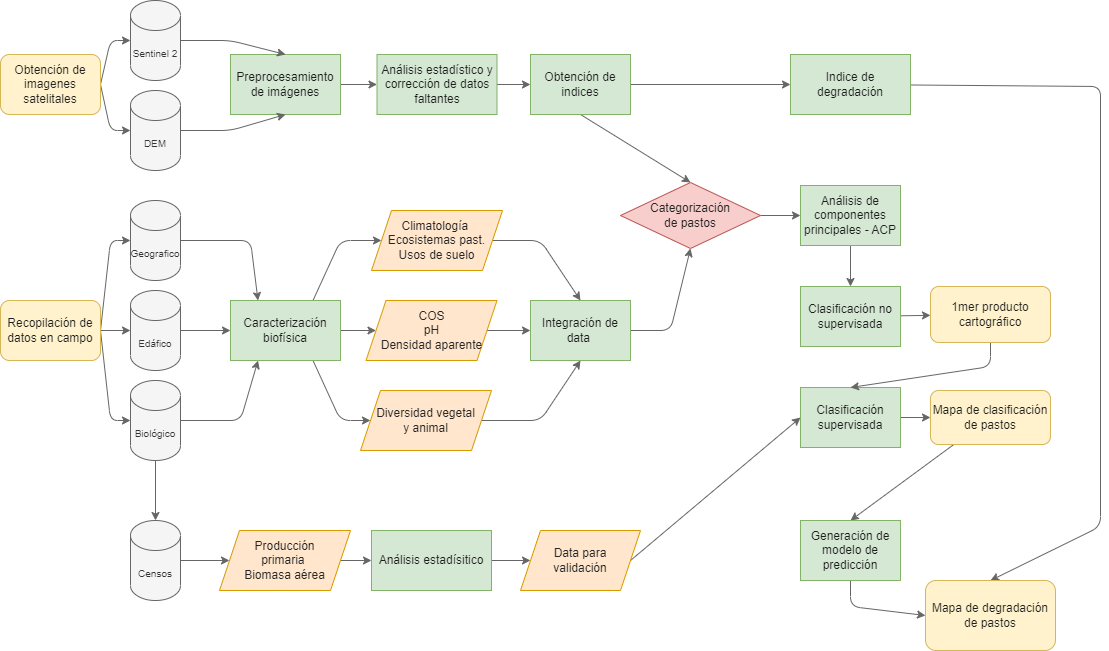
labsaf/COS-HUARI keeps this draw.io diagram as Metodologia2.drawio.png. Above is the earlier version. Source tidied: cells renumbered, new cells last; positions are measured from the earlier drawing's top-left corner, leaving out a move shared by most shapes.
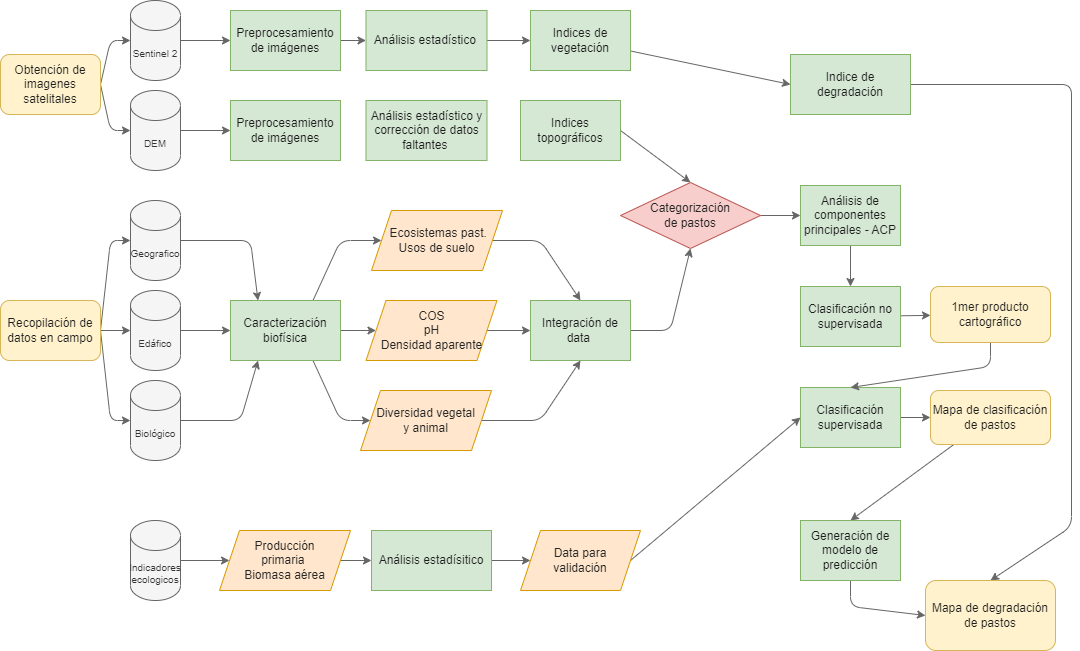
The same diagram one commit later.

Diff of the diagram source:
```diff
@@ -55,9 +55,6 @@
     <mxCell id="12" value="Edáfico" style="shape=cylinder3;whiteSpace=wrap;html=1;boundedLbl=1;backgroundOutline=1;size=15;fontSize=10;fillColor=#f5f5f5;strokeColor=#666666;fontColor=#333333;" parent="1" vertex="1">
       <mxGeometry x="130" y="290" width="50" height="80" as="geometry" />
     </mxCell>
-    <mxCell id="13" style="edgeStyle=none;html=1;labelBorderColor=default;fillColor=#f5f5f5;strokeColor=#666666;" parent="1" edge="1" source="15" target="23">
-      <mxGeometry relative="1" as="geometry" />
-    </mxCell>
     <mxCell id="14" style="edgeStyle=none;html=1;entryX=0.25;entryY=1;entryDx=0;entryDy=0;fontSize=12;labelBorderColor=default;fillColor=#f5f5f5;strokeColor=#666666;" parent="1" edge="1" source="15" target="42">
       <mxGeometry relative="1" as="geometry">
         <Array as="points">
@@ -72,10 +69,11 @@
       <mxGeometry relative="1" as="geometry" />
     </mxCell>
     <mxCell id="17" value="Preprocesamiento de imágenes" style="rounded=0;whiteSpace=wrap;html=1;fillColor=#d5e8d4;strokeColor=#82b366;fontColor=#1C1C1C;" parent="1" vertex="1">
-      <mxGeometry x="230" y="54" width="110" height="60" as="geometry" />
+      <mxGeometry x="230" y="10" width="110" height="60" as="geometry" />
     </mxCell>
-    <mxCell id="18" style="edgeStyle=none;html=1;entryX=0.5;entryY=0;entryDx=0;entryDy=0;labelBorderColor=default;fillColor=#f5f5f5;strokeColor=#666666;" parent="1" edge="1" source="19" target="17">
+    <mxCell id="18" style="edgeStyle=none;html=1;labelBorderColor=default;fillColor=#f5f5f5;strokeColor=#666666;" parent="1" edge="1" source="19">
       <mxGeometry relative="1" as="geometry">
+        <mxPoint x="230" y="40" as="targetPoint" />
         <Array as="points">
           <mxPoint x="230" y="40" />
         </Array>
@@ -84,20 +82,16 @@
     <mxCell id="19" value="Sentinel 2" style="shape=cylinder3;whiteSpace=wrap;html=1;boundedLbl=1;backgroundOutline=1;size=15;fontSize=10;fillColor=#f5f5f5;fontColor=#333333;strokeColor=#666666;" parent="1" vertex="1">
       <mxGeometry x="130" width="50" height="80" as="geometry" />
     </mxCell>
-    <mxCell id="20" style="edgeStyle=none;html=1;entryX=0.5;entryY=1;entryDx=0;entryDy=0;labelBorderColor=default;fillColor=#f5f5f5;strokeColor=#666666;" parent="1" edge="1" source="21" target="17">
-      <mxGeometry relative="1" as="geometry">
-        <Array as="points">
-          <mxPoint x="230" y="130" />
-        </Array>
-      </mxGeometry>
-    </mxCell>
+    <mxCell id="64" style="edgeStyle=none;hachureGap=4;html=1;exitX=1;exitY=0.5;exitDx=0;exitDy=0;exitPerimeter=0;entryX=0;entryY=0.5;entryDx=0;entryDy=0;fontFamily=Helvetica;fontSource=https%3A%2F%2Ffonts.googleapis.com%2Fcss%3Ffamily%3DArchitects%2BDaughter;fontSize=11;strokeColor=#666666;labelBorderColor=default;fillColor=#f5f5f5;" parent="1" edge="1" source="21" target="65">
+      <mxGeometry relative="1" as="geometry" />
+    </mxCell>
     <mxCell id="21" value="DEM" style="shape=cylinder3;whiteSpace=wrap;html=1;boundedLbl=1;backgroundOutline=1;size=15;fontSize=10;fillColor=#f5f5f5;fontColor=#333333;strokeColor=#666666;" parent="1" vertex="1">
       <mxGeometry x="130" y="90" width="50" height="80" as="geometry" />
     </mxCell>
     <mxCell id="22" style="edgeStyle=none;html=1;labelBorderColor=default;fillColor=#f5f5f5;strokeColor=#666666;" parent="1" edge="1" source="23" target="25">
       <mxGeometry relative="1" as="geometry" />
     </mxCell>
-    <mxCell id="23" value="Censos" style="shape=cylinder3;whiteSpace=wrap;html=1;boundedLbl=1;backgroundOutline=1;size=15;fontSize=10;fillColor=#f5f5f5;strokeColor=#666666;fontColor=#333333;" parent="1" vertex="1">
+    <mxCell id="23" value="Indicadores ecologicos" style="shape=cylinder3;whiteSpace=wrap;html=1;boundedLbl=1;backgroundOutline=1;size=15;fontSize=10;fillColor=#f5f5f5;strokeColor=#666666;fontColor=#333333;" parent="1" vertex="1">
       <mxGeometry x="130" y="520" width="50" height="80" as="geometry" />
     </mxCell>
     <mxCell id="24" style="edgeStyle=none;html=1;fontSize=12;labelBorderColor=default;fillColor=#f5f5f5;strokeColor=#666666;" parent="1" edge="1" source="25" target="27">
@@ -115,8 +109,8 @@
     <mxCell id="28" style="edgeStyle=none;html=1;entryX=0;entryY=0.5;entryDx=0;entryDy=0;fontSize=12;labelBorderColor=default;fillColor=#f5f5f5;strokeColor=#666666;" parent="1" edge="1" source="29" target="38">
       <mxGeometry relative="1" as="geometry" />
     </mxCell>
-    <mxCell id="29" value="Análisis estadístico y corrección de datos faltantes" style="rounded=0;whiteSpace=wrap;html=1;fillColor=#d5e8d4;strokeColor=#82b366;fontColor=#1C1C1C;" parent="1" vertex="1">
-      <mxGeometry x="376.5" y="54" width="120" height="60" as="geometry" />
+    <mxCell id="29" value="Análisis estadístico&amp;nbsp;" style="rounded=0;whiteSpace=wrap;html=1;fillColor=#d5e8d4;strokeColor=#82b366;fontColor=#1C1C1C;" parent="1" vertex="1">
+      <mxGeometry x="365.5" y="10" width="121" height="60" as="geometry" />
     </mxCell>
     <mxCell id="30" style="edgeStyle=none;html=1;fontSize=12;labelBorderColor=default;fillColor=#f5f5f5;strokeColor=#666666;" parent="1" edge="1" source="31" target="52">
       <mxGeometry relative="1" as="geometry" />
@@ -139,11 +133,11 @@
     <mxCell id="36" style="edgeStyle=none;html=1;entryX=0;entryY=0.5;entryDx=0;entryDy=0;fontSize=12;labelBorderColor=default;fillColor=#f5f5f5;strokeColor=#666666;" parent="1" edge="1" source="38" target="60">
       <mxGeometry relative="1" as="geometry" />
     </mxCell>
-    <mxCell id="37" style="edgeStyle=none;html=1;exitX=0.5;exitY=1;exitDx=0;exitDy=0;entryX=0.5;entryY=0;entryDx=0;entryDy=0;fontSize=12;labelBorderColor=default;fillColor=#f5f5f5;strokeColor=#666666;" parent="1" edge="1" source="38" target="35">
+    <mxCell id="37" style="edgeStyle=none;html=1;exitX=1;exitY=0.5;exitDx=0;exitDy=0;entryX=0.5;entryY=0;entryDx=0;entryDy=0;fontSize=12;labelBorderColor=default;fillColor=#f5f5f5;strokeColor=#666666;" parent="1" edge="1" source="67" target="35">
       <mxGeometry relative="1" as="geometry" />
     </mxCell>
-    <mxCell id="38" value="Obtención de indices" style="rounded=0;whiteSpace=wrap;html=1;fontSize=12;fillColor=#d5e8d4;strokeColor=#82b366;fontColor=#1C1C1C;" parent="1" vertex="1">
-      <mxGeometry x="530" y="54" width="100" height="60" as="geometry" />
+    <mxCell id="38" value="Indices de vegetación" style="rounded=0;whiteSpace=wrap;html=1;fontSize=12;fillColor=#d5e8d4;strokeColor=#82b366;fontColor=#1C1C1C;" parent="1" vertex="1">
+      <mxGeometry x="530" y="10" width="100" height="60" as="geometry" />
     </mxCell>
     <mxCell id="39" style="edgeStyle=none;html=1;entryX=0;entryY=0.5;entryDx=0;entryDy=0;fontSize=11;exitX=0.75;exitY=0;exitDx=0;exitDy=0;strokeColor=#666666;labelBorderColor=default;fillColor=#f5f5f5;" parent="1" edge="1" source="42" target="44">
       <mxGeometry relative="1" as="geometry">
@@ -172,7 +166,7 @@
         </Array>
       </mxGeometry>
     </mxCell>
-    <mxCell id="44" value="Climatología&amp;nbsp; Ecosistemas past.&lt;br&gt;Usos de suelo" style="shape=parallelogram;perimeter=parallelogramPerimeter;whiteSpace=wrap;html=1;fixedSize=1;fillColor=#ffe6cc;strokeColor=#d79b00;fontColor=#262626;" parent="1" vertex="1">
+    <mxCell id="44" value="&amp;nbsp;Ecosistemas past.&lt;br&gt;Usos de suelo" style="shape=parallelogram;perimeter=parallelogramPerimeter;whiteSpace=wrap;html=1;fixedSize=1;fillColor=#ffe6cc;strokeColor=#d79b00;fontColor=#262626;" parent="1" vertex="1">
       <mxGeometry x="371" y="210" width="131" height="60" as="geometry" />
     </mxCell>
     <mxCell id="45" style="edgeStyle=none;html=1;exitX=1;exitY=0.5;exitDx=0;exitDy=0;entryX=0;entryY=0.5;entryDx=0;entryDy=0;fontSize=12;labelBorderColor=default;fillColor=#f5f5f5;strokeColor=#666666;" parent="1" edge="1" source="46" target="50">
@@ -232,8 +226,8 @@
     <mxCell id="59" style="edgeStyle=none;html=1;entryX=0.5;entryY=0;entryDx=0;entryDy=0;fontSize=12;labelBorderColor=default;fillColor=#f5f5f5;strokeColor=#666666;" parent="1" edge="1" source="60" target="63">
       <mxGeometry relative="1" as="geometry">
         <Array as="points">
-          <mxPoint x="1100" y="86" />
-          <mxPoint x="1100" y="526" />
+          <mxPoint x="1071" y="84" />
+          <mxPoint x="1071" y="526" />
         </Array>
       </mxGeometry>
     </mxCell>
@@ -253,5 +247,14 @@
     <mxCell id="63" value="Mapa de degradación de pastos" style="rounded=1;whiteSpace=wrap;html=1;fontSize=12;fillColor=#fff2cc;strokeColor=#d6b656;fontColor=#1F1F1F;" parent="1" vertex="1">
       <mxGeometry x="925" y="580" width="130" height="70" as="geometry" />
     </mxCell>
+    <mxCell id="65" value="Preprocesamiento de imágenes" style="rounded=0;whiteSpace=wrap;html=1;fillColor=#d5e8d4;strokeColor=#82b366;fontColor=#1C1C1C;" parent="1" vertex="1">
+      <mxGeometry x="230" y="100" width="110" height="60" as="geometry" />
+    </mxCell>
+    <mxCell id="66" value="Análisis estadístico y corrección de datos faltantes&amp;nbsp;" style="rounded=0;whiteSpace=wrap;html=1;fillColor=#d5e8d4;strokeColor=#82b366;fontColor=#1C1C1C;" parent="1" vertex="1">
+      <mxGeometry x="365.5" y="100" width="121" height="60" as="geometry" />
+    </mxCell>
+    <mxCell id="67" value="Indices topográficos" style="rounded=0;whiteSpace=wrap;html=1;fontSize=12;fillColor=#d5e8d4;strokeColor=#82b366;fontColor=#1C1C1C;" parent="1" vertex="1">
+      <mxGeometry x="520" y="100" width="100" height="60" as="geometry" />
+    </mxCell>
   </root>
 </mxGraphModel>
```
